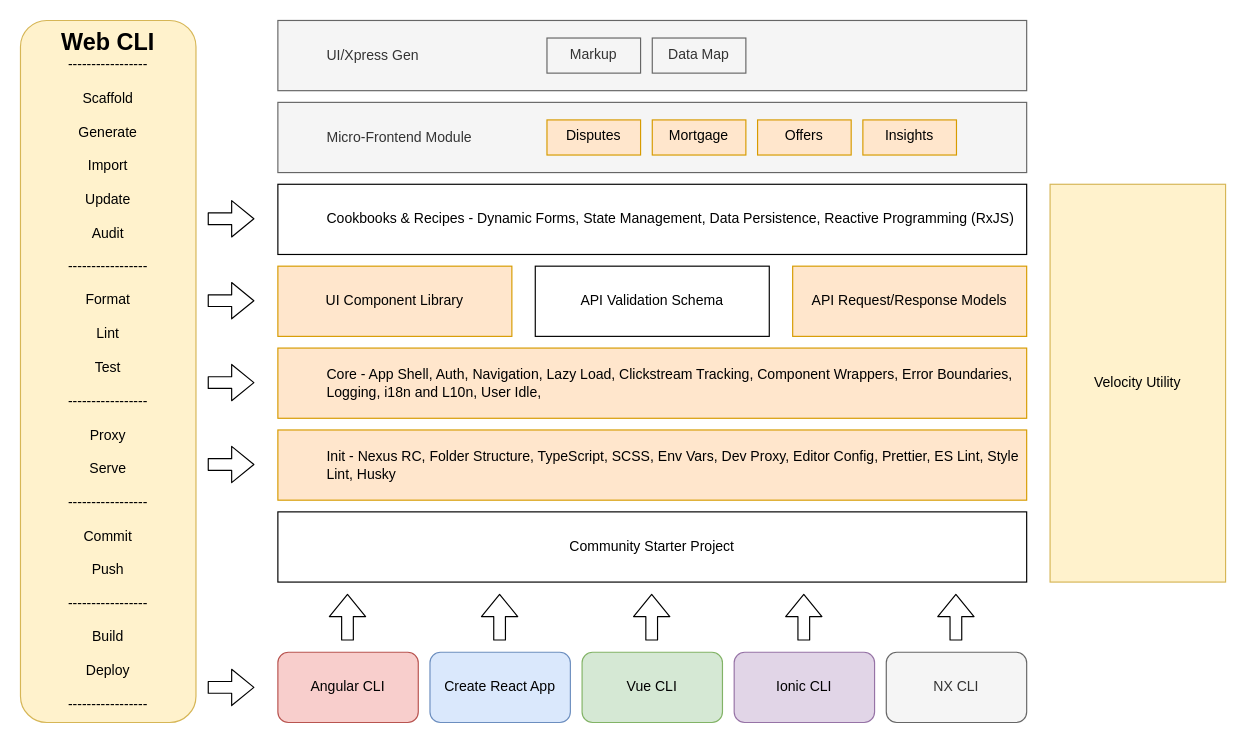
Above: Nexus CLI map.drawio in hikumealan/draw-io-diagrams (draw.io), before the change. Source tidied: cells renumbered, new cells numbered last; positions are measured from the earlier drawing's top-left corner, leaving out a move shared by most shapes. Both pictures are drawn from the tidied source at 117%, with x=0, y=0 at pixel (20, 20).
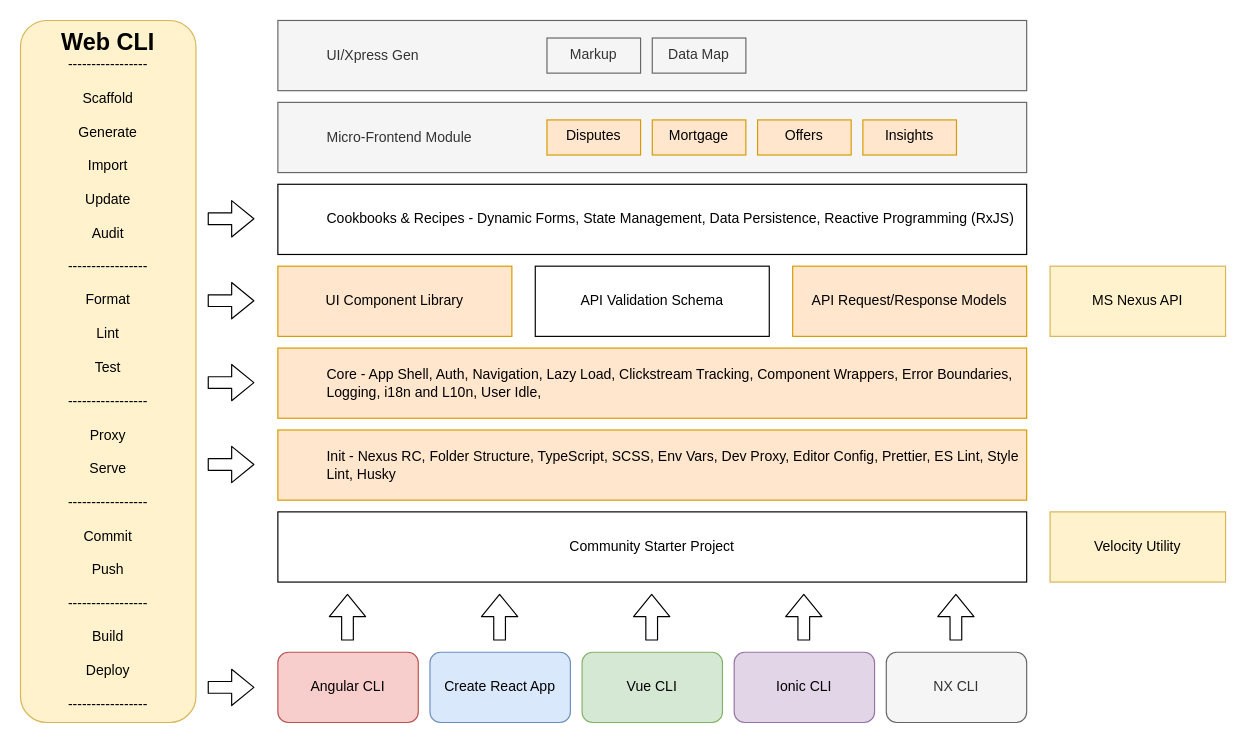
After the change.

The edit, as a diff of the source:
```diff
@@
     <mxCell id="23" value="Velocity Utility" style="rounded=0;whiteSpace=wrap;html=1;fillColor=#fff2cc;strokeColor=#d6b656;" parent="1" vertex="1">
-      <mxGeometry x="880" y="140" width="150" height="340" as="geometry" />
+      <mxGeometry x="880" y="420" width="150" height="60" as="geometry" />
     </mxCell>
@@
+    <mxCell id="34" value="MS Nexus API" style="rounded=0;whiteSpace=wrap;html=1;fillColor=#fff2cc;strokeColor=#d6b656;" parent="1" vertex="1">
+      <mxGeometry x="880" y="210" width="150" height="60" as="geometry" />
+    </mxCell>
```
